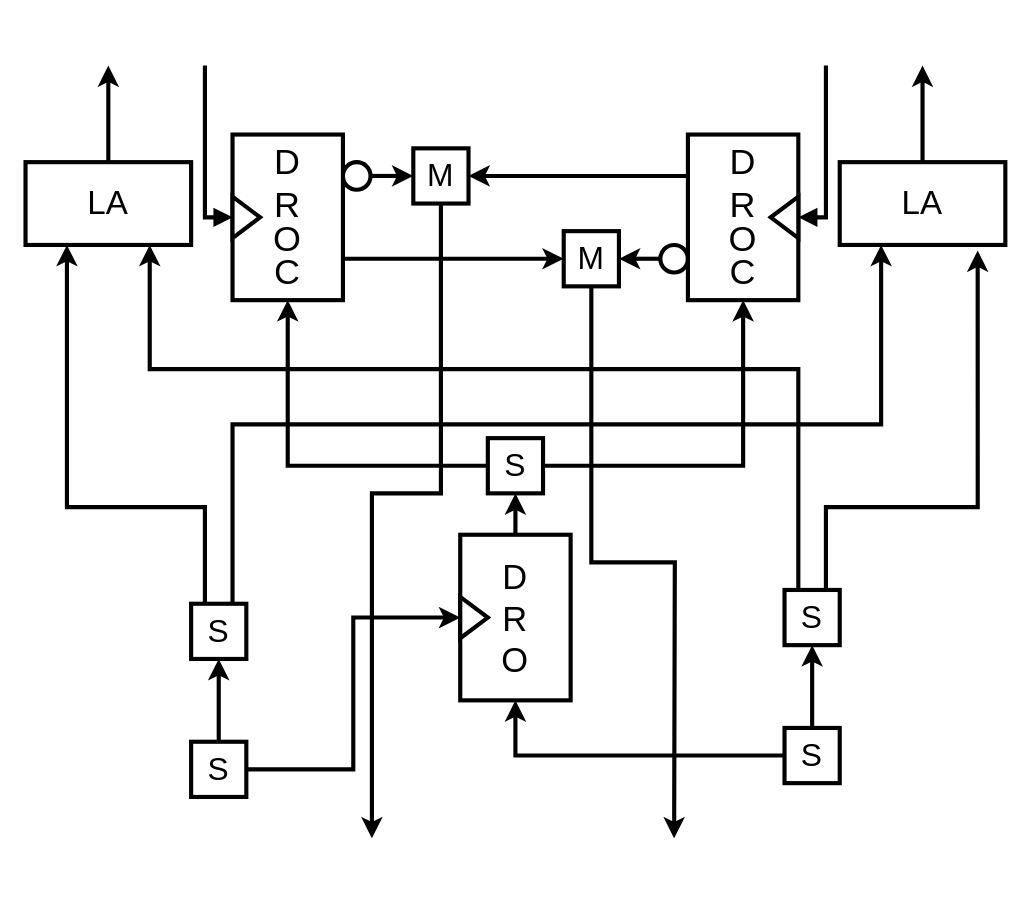
Earlier version of the draw.io diagram write/diagrams/circuit_comparator.drawio (UM-PCL/biton). Source tidied: cells renumbered, new cells numbered last; positions are measured from the earlier drawing's top-left corner, leaving out a move shared by most shapes. Both pictures are drawn from the tidied source at 138%, with x=0, y=0 at pixel (25, 65).
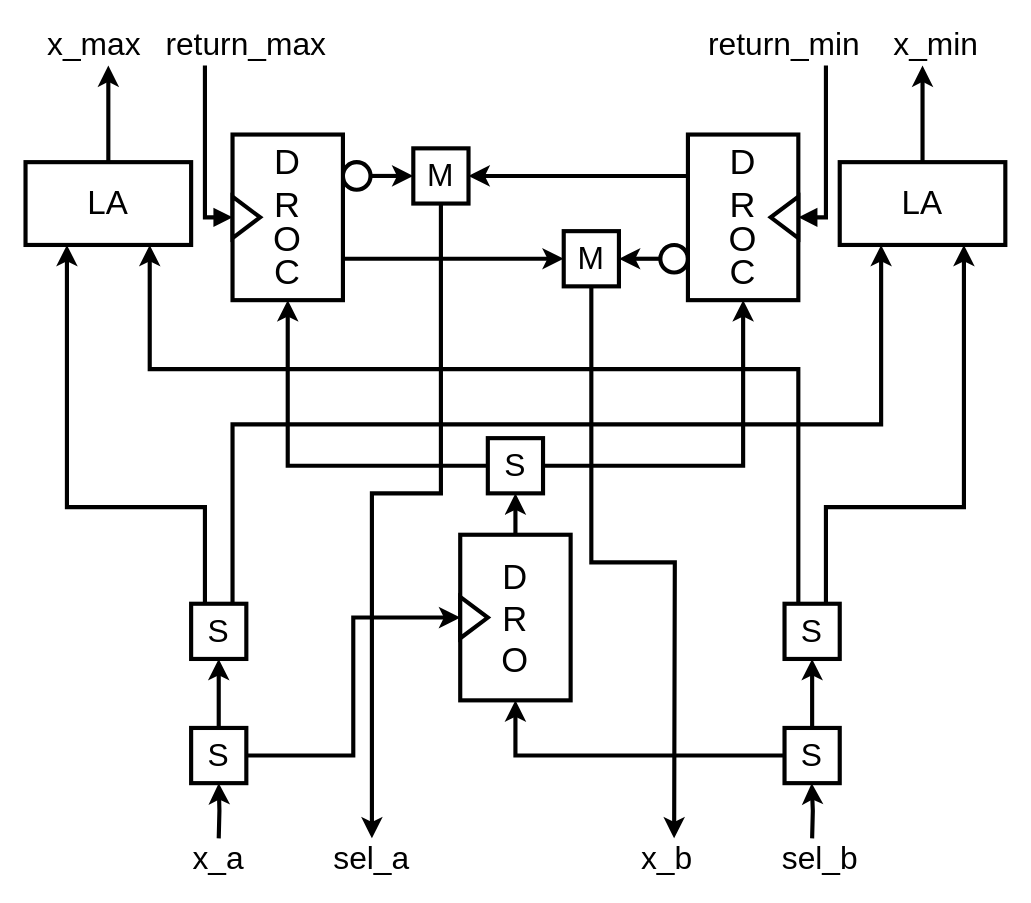
The same diagram, later.

The change refers to these unchanged cells:
```xml
<mxCell id="5" value="LA" style="rounded=0;whiteSpace=wrap;html=1;fontSize=24;strokeWidth=3;" parent="1" vertex="1">
  <mxGeometry x="590" y="70" width="120" height="60" as="geometry" />
</mxCell>
```

The edit, as a diff of the source:
```diff
@@
     <mxCell id="11" value="&lt;font style=&quot;font-size: 23px;&quot;&gt;S&lt;/font&gt;" style="rounded=0;whiteSpace=wrap;html=1;strokeWidth=3;" parent="1" vertex="1">
-      <mxGeometry x="120" y="490" width="40" height="40" as="geometry" />
+      <mxGeometry x="120" y="480" width="40" height="40" as="geometry" />
     </mxCell>
@@
     <mxCell id="18" value="&lt;font style=&quot;font-size: 23px;&quot;&gt;S&lt;/font&gt;" style="rounded=0;whiteSpace=wrap;html=1;strokeWidth=3;" parent="1" vertex="1">
-      <mxGeometry x="550" y="380" width="40" height="40" as="geometry" />
+      <mxGeometry x="550" y="390" width="40" height="40" as="geometry" />
     </mxCell>
-    <mxCell id="19" style="edgeStyle=orthogonalEdgeStyle;rounded=0;jettySize=auto;html=1;exitX=0.75;exitY=0;exitDx=0;exitDy=0;entryX=0.833;entryY=1.067;entryDx=0;entryDy=0;entryPerimeter=0;strokeWidth=3;" parent="1" edge="1" source="18" target="5">
+    <mxCell id="19" style="edgeStyle=orthogonalEdgeStyle;rounded=0;jettySize=auto;html=1;exitX=0.75;exitY=0;exitDx=0;exitDy=0;entryX=0.75;entryY=1;entryDx=0;entryDy=0;strokeWidth=3;" parent="1" edge="1" source="18" target="5">
       <mxGeometry relative="1" as="geometry">
         <Array as="points">
           <mxPoint x="580" y="320" />
-          <mxPoint x="690" y="320" />
+          <mxPoint x="680" y="320" />
         </Array>
       </mxGeometry>
     </mxCell>
@@
+    <mxCell id="41" style="edgeStyle=orthogonalEdgeStyle;rounded=0;jettySize=auto;html=1;entryX=0.5;entryY=1;entryDx=0;entryDy=0;strokeWidth=3;" parent="1" edge="1" target="11">
+      <mxGeometry relative="1" as="geometry">
+        <mxPoint x="140" y="560" as="sourcePoint" />
+      </mxGeometry>
+    </mxCell>
+    <mxCell id="42" style="edgeStyle=orthogonalEdgeStyle;rounded=0;orthogonalLoop=1;jettySize=auto;html=1;entryX=0.5;entryY=1;entryDx=0;entryDy=0;strokeWidth=3;" parent="1" edge="1">
+      <mxGeometry relative="1" as="geometry">
+        <mxPoint x="570" y="560" as="sourcePoint" />
+        <mxPoint x="569.7" y="520" as="targetPoint" />
+      </mxGeometry>
+    </mxCell>
+    <mxCell id="43" value="x_max" style="text;html=1;align=center;verticalAlign=middle;whiteSpace=wrap;rounded=0;fontSize=23;" parent="1" vertex="1">
+      <mxGeometry x="20" y="-30" width="60" height="30" as="geometry" />
+    </mxCell>
+    <mxCell id="44" value="&lt;div&gt;return_max&lt;/div&gt;" style="text;html=1;align=center;verticalAlign=middle;whiteSpace=wrap;rounded=0;fontSize=23;" parent="1" vertex="1">
+      <mxGeometry x="130" y="-30" width="60" height="30" as="geometry" />
+    </mxCell>
+    <mxCell id="45" value="x_min" style="text;html=1;align=center;verticalAlign=middle;whiteSpace=wrap;rounded=0;fontSize=23;" parent="1" vertex="1">
+      <mxGeometry x="630" y="-30" width="60" height="30" as="geometry" />
+    </mxCell>
+    <mxCell id="46" value="&lt;div&gt;return_min&lt;/div&gt;" style="text;html=1;align=center;verticalAlign=middle;whiteSpace=wrap;rounded=0;fontSize=23;" parent="1" vertex="1">
+      <mxGeometry x="520" y="-30" width="60" height="30" as="geometry" />
+    </mxCell>
+    <mxCell id="47" value="&lt;div&gt;x_a&lt;/div&gt;" style="text;html=1;align=center;verticalAlign=middle;whiteSpace=wrap;rounded=0;fontSize=23;" parent="1" vertex="1">
+      <mxGeometry x="110" y="560" width="60" height="30" as="geometry" />
+    </mxCell>
+    <mxCell id="48" value="&lt;div&gt;sel_a&lt;/div&gt;" style="text;html=1;align=center;verticalAlign=middle;whiteSpace=wrap;rounded=0;fontSize=23;" parent="1" vertex="1">
+      <mxGeometry x="221" y="560" width="60" height="30" as="geometry" />
+    </mxCell>
+    <mxCell id="49" value="&lt;div&gt;x_b&lt;/div&gt;" style="text;html=1;align=center;verticalAlign=middle;whiteSpace=wrap;rounded=0;fontSize=23;" parent="1" vertex="1">
+      <mxGeometry x="434.5" y="560" width="60" height="30" as="geometry" />
+    </mxCell>
+    <mxCell id="50" value="&lt;div&gt;sel_b&lt;/div&gt;" style="text;html=1;align=center;verticalAlign=middle;whiteSpace=wrap;rounded=0;fontSize=23;" parent="1" vertex="1">
+      <mxGeometry x="545.5" y="560" width="60" height="30" as="geometry" />
+    </mxCell>
```
